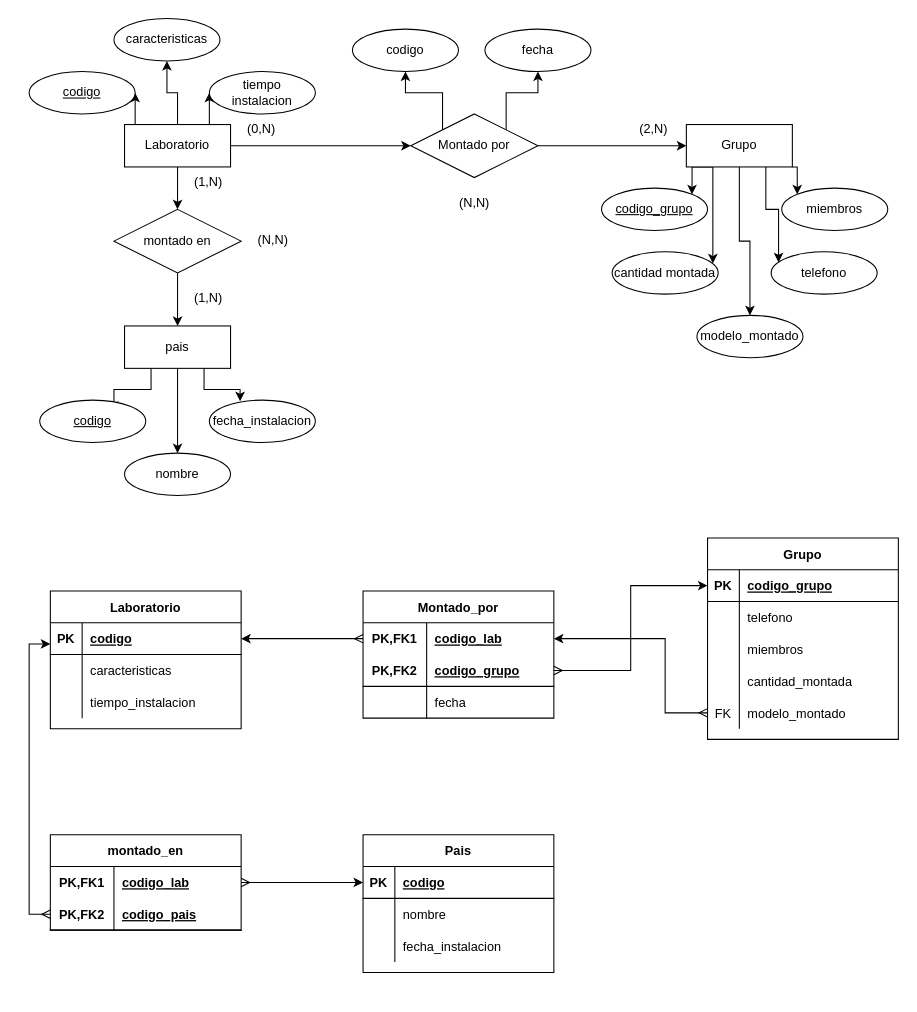
Above: laboratorios y paises.drawio in vilajp/informatorio (draw.io), before the change. Source tidied: cells renumbered, new cells numbered last; positions are measured from the earlier drawing's top-left corner, leaving out a move shared by most shapes. Both pictures are drawn from the tidied source at 106%, with x=0, y=0 at pixel (29, 18).
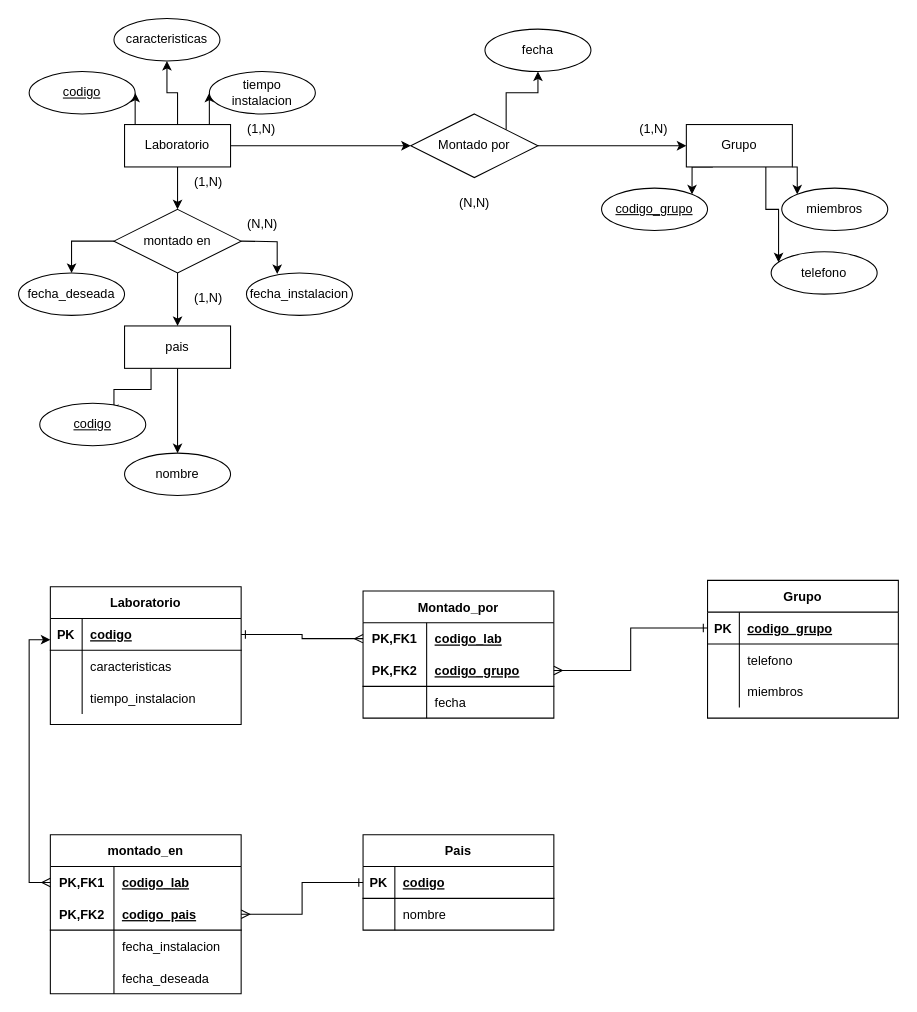
The same diagram, later.

Commit message:
se corrigio en clase laboratorios y paises

The change refers to these unchanged cells:
```xml
<mxCell id="13" value="Grupo" style="whiteSpace=wrap;html=1;align=center;" parent="1" vertex="1">
  <mxGeometry x="620" y="100" width="100" height="40" as="geometry" />
</mxCell>
<mxCell id="17" value="Montado por" style="shape=rhombus;perimeter=rhombusPerimeter;whiteSpace=wrap;html=1;align=center;" parent="1" vertex="1">
  <mxGeometry x="360" y="90" width="120" height="60" as="geometry" />
</mxCell>
<mxCell id="31" value="pais" style="whiteSpace=wrap;html=1;align=center;" parent="1" vertex="1">
  <mxGeometry x="90" y="290" width="100" height="40" as="geometry" />
</mxCell>
<mxCell id="33" value="montado en" style="shape=rhombus;perimeter=rhombusPerimeter;whiteSpace=wrap;html=1;align=center;" parent="1" vertex="1">
  <mxGeometry x="80" y="180" width="120" height="60" as="geometry" />
</mxCell>
<mxCell id="44" style="shape=partialRectangle;fillColor=none;top=0;left=0;bottom=1;right=0;points=[[0,0.5],[1,0.5]];portConstraint=eastwest;" parent="43" vertex="1">
  <mxGeometry y="30" width="180" height="30" as="geometry" />
</mxCell>
<mxCell id="54" style="shape=partialRectangle;fillColor=none;top=0;left=0;bottom=1;right=0;points=[[0,0.5],[1,0.5]];portConstraint=eastwest;" parent="53" vertex="1">
  <mxGeometry y="30" width="180" height="30" as="geometry" />
</mxCell>
<mxCell id="64" style="shape=partialRectangle;fillColor=none;top=0;left=0;bottom=1;right=0;points=[[0,0.5],[1,0.5]];portConstraint=eastwest;" parent="63" vertex="1">
  <mxGeometry y="30" width="180" height="30" as="geometry" />
</mxCell>
<mxCell id="80" style="shape=partialRectangle;fillColor=none;top=0;left=0;bottom=0;right=0;points=[[0,0.5],[1,0.5]];portConstraint=eastwest;" parent="79" vertex="1">
  <mxGeometry y="30" width="180" height="30" as="geometry" />
</mxCell>
<mxCell id="83" style="shape=partialRectangle;fillColor=none;top=0;left=0;bottom=1;right=0;points=[[0,0.5],[1,0.5]];portConstraint=eastwest;" parent="79" vertex="1">
  <mxGeometry y="60" width="180" height="30" as="geometry" />
</mxCell>
<mxCell id="87" style="shape=partialRectangle;fillColor=none;top=0;left=0;bottom=0;right=0;points=[[0,0.5],[1,0.5]];portConstraint=eastwest;" parent="86" vertex="1">
  <mxGeometry y="30" width="180" height="30" as="geometry" />
</mxCell>
<mxCell id="90" style="shape=partialRectangle;fillColor=none;top=0;left=0;bottom=1;right=0;points=[[0,0.5],[1,0.5]];portConstraint=eastwest;" parent="86" vertex="1">
  <mxGeometry y="60" width="180" height="30" as="geometry" />
</mxCell>
```

What changed in the source:
```diff
@@
-    <mxCell id="9" style="edgeStyle=orthogonalEdgeStyle;rounded=0;jettySize=auto;html=1;exitX=0.25;exitY=1;exitDx=0;exitDy=0;entryX=0.95;entryY=0.275;entryDx=0;entryDy=0;entryPerimeter=0;" parent="1" edge="1" source="13" target="25">
-      <mxGeometry relative="1" as="geometry" />
-    </mxCell>
-    <mxCell id="10" style="edgeStyle=orthogonalEdgeStyle;rounded=0;jettySize=auto;html=1;exitX=0.5;exitY=1;exitDx=0;exitDy=0;entryX=0.5;entryY=0;entryDx=0;entryDy=0;" parent="1" edge="1" source="13" target="27">
-      <mxGeometry relative="1" as="geometry" />
-    </mxCell>
@@
-    <mxCell id="14" style="edgeStyle=orthogonalEdgeStyle;rounded=0;jettySize=auto;html=1;exitX=0;exitY=0;exitDx=0;exitDy=0;entryX=0.5;entryY=1;entryDx=0;entryDy=0;" parent="1" edge="1" source="17" target="21">
-      <mxGeometry relative="1" as="geometry" />
-    </mxCell>
@@
-    <mxCell id="21" value="codigo" style="ellipse;whiteSpace=wrap;html=1;align=center;" parent="1" vertex="1">
-      <mxGeometry x="305" y="10" width="100" height="40" as="geometry" />
-    </mxCell>
@@
-    <mxCell id="25" value="cantidad montada" style="ellipse;whiteSpace=wrap;html=1;align=center;" parent="1" vertex="1">
-      <mxGeometry x="550" y="220" width="100" height="40" as="geometry" />
-    </mxCell>
@@
-    <mxCell id="27" value="modelo_montado" style="ellipse;whiteSpace=wrap;html=1;align=center;" parent="1" vertex="1">
-      <mxGeometry x="630" y="280" width="100" height="40" as="geometry" />
-    </mxCell>
@@
-    <mxCell id="30" style="edgeStyle=orthogonalEdgeStyle;rounded=0;jettySize=auto;html=1;exitX=0.75;exitY=1;exitDx=0;exitDy=0;entryX=0.29;entryY=0.025;entryDx=0;entryDy=0;entryPerimeter=0;" parent="1" edge="1" source="31" target="36">
-      <mxGeometry relative="1" as="geometry" />
+    <mxCell id="30" style="edgeStyle=orthogonalEdgeStyle;rounded=0;jettySize=auto;html=1;exitX=0.75;exitY=1;exitDx=0;exitDy=0;entryX=0.29;entryY=0.025;entryDx=0;entryDy=0;entryPerimeter=0;" parent="1" edge="1" target="36">
+      <mxGeometry relative="1" as="geometry">
+        <mxPoint x="200" y="210" as="sourcePoint" />
+      </mxGeometry>
     </mxCell>
@@
+    <mxCell id="101" style="edgeStyle=orthogonalEdgeStyle;rounded=0;jettySize=auto;html=1;exitX=0;exitY=0.5;exitDx=0;exitDy=0;" parent="1" edge="1" source="33" target="105">
+      <mxGeometry relative="1" as="geometry" />
+    </mxCell>
@@
     <mxCell id="34" value="&lt;u&gt;codigo&lt;/u&gt;" style="ellipse;whiteSpace=wrap;html=1;align=center;" parent="1" vertex="1">
-      <mxGeometry x="10" y="360" width="100" height="40" as="geometry" />
+      <mxGeometry x="10" y="363" width="100" height="40" as="geometry" />
     </mxCell>
@@
     <mxCell id="36" value="fecha_instalacion" style="ellipse;whiteSpace=wrap;html=1;align=center;" parent="1" vertex="1">
-      <mxGeometry x="170" y="360" width="100" height="40" as="geometry" />
+      <mxGeometry x="205" y="240" width="100" height="40" as="geometry" />
     </mxCell>
-    <mxCell id="37" value="(2,N)" style="text;strokeColor=none;fillColor=none;spacingLeft=4;spacingRight=4;overflow=hidden;fontSize=12;" parent="1" vertex="1">
+    <mxCell id="37" value="(1,N)" style="text;strokeColor=none;fillColor=none;spacingLeft=4;spacingRight=4;overflow=hidden;fontSize=12;" parent="1" vertex="1">
       <mxGeometry x="570" y="90" width="40" height="30" as="geometry" />
     </mxCell>
-    <mxCell id="38" value="(0,N)" style="text;strokeColor=none;fillColor=none;spacingLeft=4;spacingRight=4;overflow=hidden;fontSize=12;" parent="1" vertex="1">
+    <mxCell id="38" value="(1,N)" style="text;strokeColor=none;fillColor=none;spacingLeft=4;spacingRight=4;overflow=hidden;fontSize=12;" parent="1" vertex="1">
       <mxGeometry x="200" y="90" width="40" height="30" as="geometry" />
     </mxCell>
@@
     <mxCell id="42" value="(N,N)" style="text;strokeColor=none;fillColor=none;spacingLeft=4;spacingRight=4;overflow=hidden;fontSize=12;" parent="1" vertex="1">
-      <mxGeometry x="210" y="195" width="40" height="30" as="geometry" />
+      <mxGeometry x="200" y="180" width="40" height="30" as="geometry" />
     </mxCell>
     <mxCell id="43" value="Laboratorio" style="shape=table;startSize=30;childLayout=tableLayout;rowLines=0;fontStyle=1;align=center;" parent="1" vertex="1">
-      <mxGeometry x="20" y="540" width="180" height="130" as="geometry" />
+      <mxGeometry x="20" y="536" width="180" height="130" as="geometry" />
     </mxCell>
@@
     <mxCell id="53" value="Pais" style="shape=table;startSize=30;childLayout=tableLayout;rowLines=0;fontStyle=1;align=center;" parent="1" vertex="1">
-      <mxGeometry x="315" y="770" width="180" height="130" as="geometry" />
+      <mxGeometry x="315" y="770" width="180" height="90" as="geometry" />
     </mxCell>
@@
-    <mxCell id="60" style="shape=partialRectangle;fillColor=none;top=0;left=0;bottom=0;right=0;" parent="53" vertex="1">
-      <mxGeometry y="90" width="180" height="30" as="geometry" />
-    </mxCell>
-    <mxCell id="61" style="shape=partialRectangle;fillColor=none;top=0;left=0;bottom=0;right=0;overflow=hidden;" parent="60" vertex="1">
-      <mxGeometry width="30" height="30" as="geometry" />
-    </mxCell>
-    <mxCell id="62" value="fecha_instalacion" style="shape=partialRectangle;fillColor=none;top=0;left=0;bottom=0;right=0;align=left;spacingLeft=6;overflow=hidden;" parent="60" vertex="1">
-      <mxGeometry x="30" width="150" height="30" as="geometry" />
-    </mxCell>
     <mxCell id="63" value="Grupo" style="shape=table;startSize=30;childLayout=tableLayout;rowLines=0;fontStyle=1;align=center;" parent="1" vertex="1">
-      <mxGeometry x="640" y="490" width="180" height="190" as="geometry" />
+      <mxGeometry x="640" y="530" width="180" height="130" as="geometry" />
     </mxCell>
@@
-    <mxCell id="73" style="shape=partialRectangle;fillColor=none;top=0;left=0;bottom=0;right=0;" parent="63" vertex="1">
-      <mxGeometry y="120" width="180" height="30" as="geometry" />
-    </mxCell>
-    <mxCell id="74" style="shape=partialRectangle;fillColor=none;top=0;left=0;bottom=0;right=0;overflow=hidden;" parent="73" vertex="1">
-      <mxGeometry width="30" height="30" as="geometry" />
-    </mxCell>
-    <mxCell id="75" value="cantidad_montada" style="shape=partialRectangle;fillColor=none;top=0;left=0;bottom=0;right=0;align=left;spacingLeft=6;overflow=hidden;" parent="73" vertex="1">
-      <mxGeometry x="30" width="150" height="30" as="geometry" />
-    </mxCell>
-    <mxCell id="76" style="shape=partialRectangle;fillColor=none;top=0;left=0;bottom=0;right=0;points=[[0,0.5],[1,0.5]];portConstraint=eastwest;" parent="63" vertex="1">
-      <mxGeometry y="150" width="180" height="30" as="geometry" />
-    </mxCell>
-    <mxCell id="77" value="FK" style="shape=partialRectangle;fillColor=none;top=0;left=0;bottom=0;right=0;overflow=hidden;" parent="76" vertex="1">
-      <mxGeometry width="30" height="30" as="geometry" />
-    </mxCell>
-    <mxCell id="78" value="modelo_montado" style="shape=partialRectangle;fillColor=none;top=0;left=0;bottom=0;right=0;align=left;spacingLeft=6;overflow=hidden;" parent="76" vertex="1">
-      <mxGeometry x="30" width="150" height="30" as="geometry" />
-    </mxCell>
     <mxCell id="79" value="montado_en" style="shape=table;startSize=30;childLayout=tableLayout;rowLines=0;fontStyle=1;align=center;" parent="1" vertex="1">
-      <mxGeometry x="20" y="770" width="180" height="90" as="geometry" />
+      <mxGeometry x="20" y="770" width="180" height="150" as="geometry" />
     </mxCell>
@@
+    <mxCell id="60" style="shape=partialRectangle;fillColor=none;top=0;left=0;bottom=0;right=0;" parent="79" vertex="1">
+      <mxGeometry y="90" width="180" height="30" as="geometry" />
+    </mxCell>
+    <mxCell id="102" style="shape=partialRectangle;fillColor=none;top=0;left=0;bottom=0;right=0;overflow=hidden;" parent="60" vertex="1">
+      <mxGeometry width="60" height="30" as="geometry" />
+    </mxCell>
+    <mxCell id="62" value="fecha_instalacion" style="shape=partialRectangle;fillColor=none;top=0;left=0;bottom=0;right=0;align=left;spacingLeft=6;overflow=hidden;" parent="60" vertex="1">
+      <mxGeometry x="60" width="120" height="30" as="geometry" />
+    </mxCell>
+    <mxCell id="73" style="shape=partialRectangle;fillColor=none;top=0;left=0;bottom=0;right=0;" parent="79" vertex="1">
+      <mxGeometry y="120" width="180" height="30" as="geometry" />
+    </mxCell>
+    <mxCell id="103" style="shape=partialRectangle;fillColor=none;top=0;left=0;bottom=0;right=0;overflow=hidden;" parent="73" vertex="1">
+      <mxGeometry width="60" height="30" as="geometry" />
+    </mxCell>
+    <mxCell id="104" value="fecha_deseada" style="shape=partialRectangle;fillColor=none;top=0;left=0;bottom=0;right=0;align=left;spacingLeft=6;overflow=hidden;" parent="73" vertex="1">
+      <mxGeometry x="60" width="120" height="30" as="geometry" />
+    </mxCell>
@@
-    <mxCell id="96" style="edgeStyle=orthogonalEdgeStyle;rounded=0;jettySize=auto;html=1;exitX=1;exitY=0.5;exitDx=0;exitDy=0;entryX=0;entryY=0.5;entryDx=0;entryDy=0;startArrow=ERmany;startFill=0;" parent="1" edge="1" source="90" target="64">
+    <mxCell id="96" style="edgeStyle=orthogonalEdgeStyle;rounded=0;jettySize=auto;html=1;exitX=1;exitY=0.5;exitDx=0;exitDy=0;entryX=0;entryY=0.5;entryDx=0;entryDy=0;startArrow=ERmany;startFill=0;endArrow=ERone;endFill=0;" parent="1" edge="1" source="90" target="64">
       <mxGeometry relative="1" as="geometry" />
     </mxCell>
-    <mxCell id="97" style="edgeStyle=orthogonalEdgeStyle;rounded=0;jettySize=auto;html=1;exitX=0;exitY=0.5;exitDx=0;exitDy=0;entryX=1;entryY=0.5;entryDx=0;entryDy=0;startArrow=ERmany;startFill=0;" parent="1" edge="1" source="87" target="44">
-      <mxGeometry relative="1" as="geometry" />
-    </mxCell>
-    <mxCell id="98" style="edgeStyle=orthogonalEdgeStyle;rounded=0;jettySize=auto;html=1;exitX=1;exitY=0.5;exitDx=0;exitDy=0;entryX=0;entryY=0.5;entryDx=0;entryDy=0;startArrow=ERmany;startFill=0;" parent="1" edge="1" source="80" target="54">
+    <mxCell id="98" style="edgeStyle=orthogonalEdgeStyle;rounded=0;jettySize=auto;html=1;exitX=1;exitY=0.5;exitDx=0;exitDy=0;entryX=0;entryY=0.5;entryDx=0;entryDy=0;startArrow=ERmany;startFill=0;endArrow=ERone;endFill=0;" parent="1" edge="1" source="83" target="54">
       <mxGeometry relative="1" as="geometry" />
     </mxCell>
-    <mxCell id="99" style="edgeStyle=orthogonalEdgeStyle;rounded=0;jettySize=auto;html=1;exitX=0;exitY=0.5;exitDx=0;exitDy=0;startArrow=ERmany;startFill=0;entryX=0;entryY=0.667;entryDx=0;entryDy=0;entryPerimeter=0;" parent="1" edge="1" source="83" target="44">
+    <mxCell id="99" style="edgeStyle=orthogonalEdgeStyle;rounded=0;jettySize=auto;html=1;exitX=0;exitY=0.5;exitDx=0;exitDy=0;startArrow=ERmany;startFill=0;entryX=0;entryY=0.667;entryDx=0;entryDy=0;entryPerimeter=0;" parent="1" edge="1" source="80" target="44">
       <mxGeometry relative="1" as="geometry" />
     </mxCell>
-    <mxCell id="100" style="edgeStyle=orthogonalEdgeStyle;rounded=0;jettySize=auto;html=1;exitX=0;exitY=0.5;exitDx=0;exitDy=0;entryX=1;entryY=0.5;entryDx=0;entryDy=0;startArrow=ERmany;startFill=0;" parent="1" edge="1" source="76" target="87">
-      <mxGeometry relative="1" as="geometry">
-        <Array as="points">
-          <mxPoint x="600" y="655" />
-          <mxPoint x="600" y="585" />
-        </Array>
-      </mxGeometry>
-    </mxCell>
+    <mxCell id="105" value="fecha_deseada" style="ellipse;whiteSpace=wrap;html=1;align=center;" parent="1" vertex="1">
+      <mxGeometry x="-10" y="240" width="100" height="40" as="geometry" />
+    </mxCell>
+    <mxCell id="97" style="edgeStyle=orthogonalEdgeStyle;rounded=0;jettySize=auto;html=1;exitX=0;exitY=0.5;exitDx=0;exitDy=0;entryX=1;entryY=0.5;entryDx=0;entryDy=0;endArrow=ERone;endFill=0;startArrow=ERmany;startFill=0;" parent="1" edge="1" source="87" target="44">
+      <mxGeometry relative="1" as="geometry" />
+    </mxCell>
```
